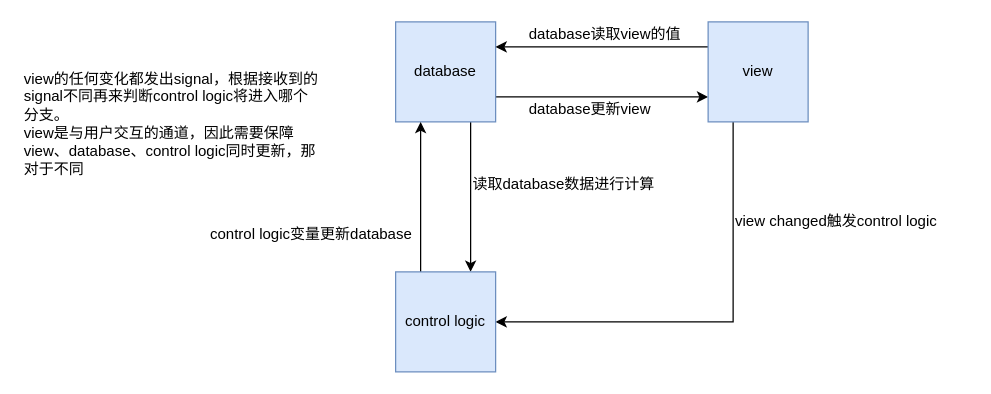
Above: hello.drawio in fly1057/noloadcharacteristic (draw.io), before the change. Source tidied: cells renumbered, new cells numbered last; positions are measured from the earlier drawing's top-left corner, leaving out a move shared by most shapes. Both pictures are drawn from the tidied source at 125%, with x=0, y=0 at pixel (21, 21).
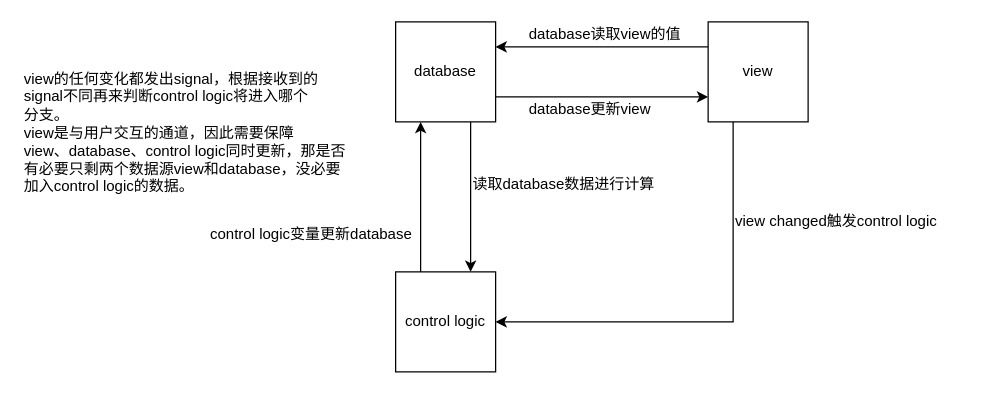
The same page after the edit.

Change to the diagram source:
```diff
@@
-<mxGraphModel background="#ffffff">
+<mxGraphModel>
   <root>
     <mxCell id="0" />
     <mxCell id="1" parent="0" />
     <mxCell id="2" style="edgeStyle=orthogonalEdgeStyle;rounded=0;jettySize=auto;html=1;exitX=1;exitY=0.75;exitDx=0;exitDy=0;entryX=0;entryY=0.75;entryDx=0;entryDy=0;" parent="1" edge="1" source="4" target="7">
       <mxGeometry relative="1" as="geometry" />
     </mxCell>
     <mxCell id="3" style="edgeStyle=orthogonalEdgeStyle;rounded=0;jettySize=auto;html=1;exitX=0.75;exitY=1;exitDx=0;exitDy=0;entryX=0.75;entryY=0;entryDx=0;entryDy=0;" parent="1" edge="1" source="4" target="9">
       <mxGeometry relative="1" as="geometry" />
     </mxCell>
-    <mxCell id="4" value="database" style="whiteSpace=wrap;html=1;fillColor=#dae8fc;strokeColor=#6c8ebf;" parent="1" vertex="1">
+    <mxCell id="4" value="database" style="whiteSpace=wrap;html=1;" parent="1" vertex="1">
       <mxGeometry x="299" width="80" height="80" as="geometry" />
     </mxCell>
     <mxCell id="5" style="edgeStyle=orthogonalEdgeStyle;rounded=0;jettySize=auto;html=1;exitX=0;exitY=0.25;exitDx=0;exitDy=0;entryX=1;entryY=0.25;entryDx=0;entryDy=0;" parent="1" edge="1" source="7" target="4">
       <mxGeometry relative="1" as="geometry" />
     </mxCell>
     <mxCell id="6" style="edgeStyle=orthogonalEdgeStyle;rounded=0;jettySize=auto;html=1;exitX=0.25;exitY=1;exitDx=0;exitDy=0;entryX=1;entryY=0.5;entryDx=0;entryDy=0;" parent="1" edge="1" source="7" target="9">
       <mxGeometry relative="1" as="geometry" />
     </mxCell>
-    <mxCell id="7" value="view" style="whiteSpace=wrap;html=1;fillColor=#dae8fc;strokeColor=#6c8ebf;" parent="1" vertex="1">
+    <mxCell id="7" value="view" style="whiteSpace=wrap;html=1;" parent="1" vertex="1">
       <mxGeometry x="549" width="80" height="80" as="geometry" />
     </mxCell>
     <mxCell id="8" style="edgeStyle=orthogonalEdgeStyle;rounded=0;jettySize=auto;html=1;exitX=0.25;exitY=0;exitDx=0;exitDy=0;entryX=0.25;entryY=1;entryDx=0;entryDy=0;" parent="1" edge="1" source="9" target="4">
       <mxGeometry relative="1" as="geometry" />
     </mxCell>
-    <mxCell id="9" value="control logic" style="whiteSpace=wrap;html=1;fillColor=#dae8fc;strokeColor=#6c8ebf;" parent="1" vertex="1">
+    <mxCell id="9" value="control logic" style="whiteSpace=wrap;html=1;" parent="1" vertex="1">
       <mxGeometry x="299" y="200" width="80" height="80" as="geometry" />
     </mxCell>
     <mxCell id="10" value="database读取view的值" style="text;html=1;align=left;verticalAlign=top;spacingTop=-4;" parent="1" vertex="1">
       <mxGeometry x="404" width="140" height="20" as="geometry" />
     </mxCell>
     <mxCell id="11" value="database更新view" style="text;html=1;align=left;verticalAlign=top;spacingTop=-4;" parent="1" vertex="1">
       <mxGeometry x="404" y="60" width="120" height="20" as="geometry" />
     </mxCell>
     <mxCell id="12" value="control logic变量更新database" style="text;html=1;align=left;verticalAlign=top;spacingTop=-4;" parent="1" vertex="1">
       <mxGeometry x="149" y="160" width="180" height="20" as="geometry" />
     </mxCell>
     <mxCell id="13" value="读取database数据进行计算" style="text;html=1;align=left;verticalAlign=top;spacingTop=-4;" parent="1" vertex="1">
       <mxGeometry x="359" y="120" width="160" height="20" as="geometry" />
     </mxCell>
     <mxCell id="14" value="view changed触发control logic" style="text;html=1;align=left;verticalAlign=top;spacingTop=-4;" parent="1" vertex="1">
       <mxGeometry x="569" y="150" width="190" height="20" as="geometry" />
     </mxCell>
-    <mxCell id="15" value="view的任何变化都发出signal，根据接收到的&lt;br&gt;signal不同再来判断control logic将进入哪个&lt;br&gt;分支。&lt;br&gt;view是与用户交互的通道，因此需要保障&lt;br&gt;view、database、control logic同时更新，那&lt;br&gt;对于不同" style="text;html=1;align=left;verticalAlign=top;spacingTop=-4;" parent="1" vertex="1">
-      <mxGeometry y="36" width="260" height="90" as="geometry" />
+    <mxCell id="15" value="view的任何变化都发出signal，根据接收到的&lt;br&gt;signal不同再来判断control logic将进入哪个&lt;br&gt;分支。&lt;br&gt;view是与用户交互的通道，因此需要保障&lt;br&gt;view、database、control logic同时更新，那是否&lt;br&gt;有必要只剩两个数据源view和database，没必要&lt;br&gt;加入control logic的数据。" style="text;html=1;align=left;verticalAlign=top;spacingTop=-4;" parent="1" vertex="1">
+      <mxGeometry y="36" width="280" height="100" as="geometry" />
     </mxCell>
   </root>
 </mxGraphModel>
```
